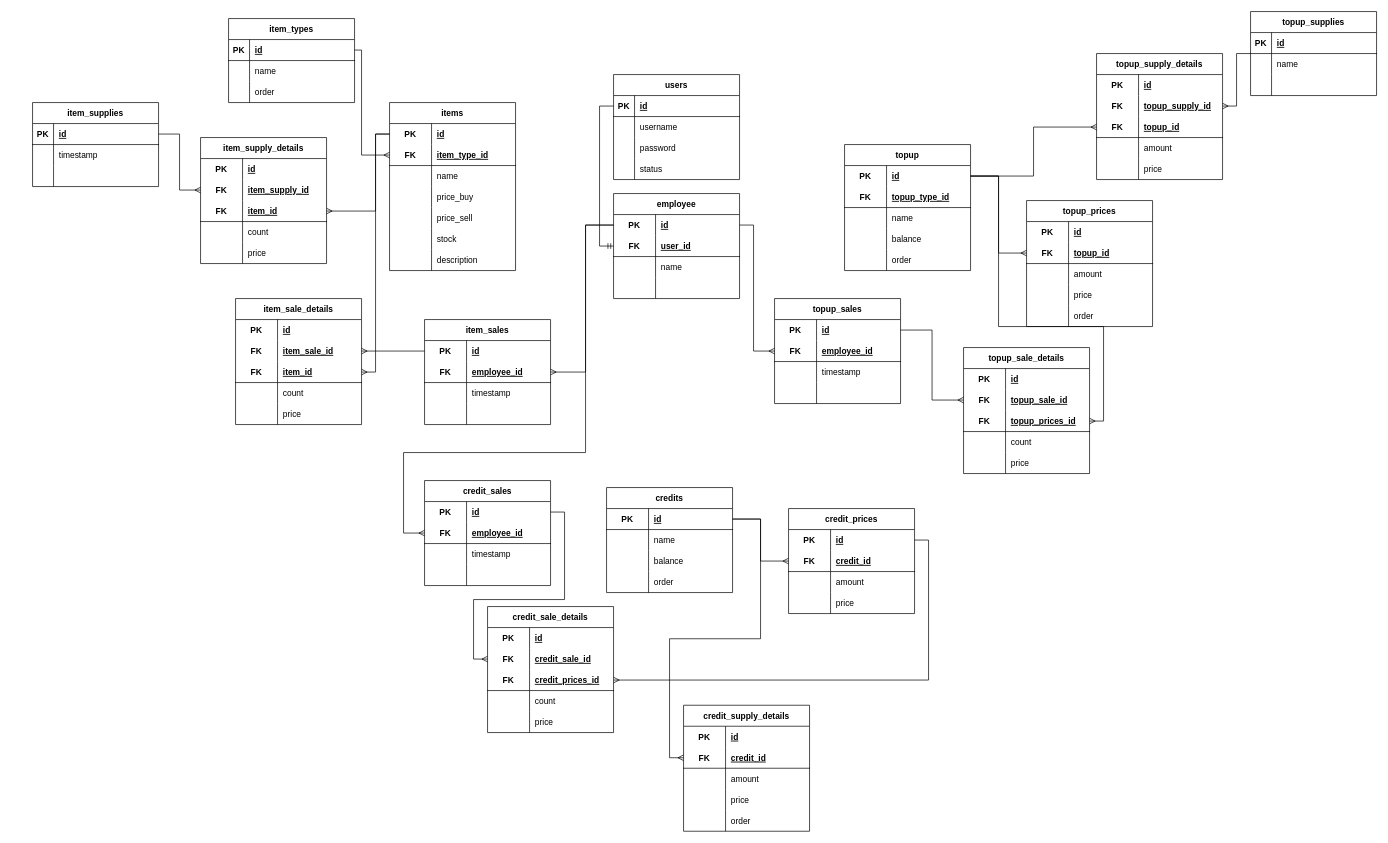
This is database/Database Schema.drawio from yafizh/cell-phone-api, a draw.io file, before an edit. Source tidied: cells renumbered, new cells numbered last; positions are measured from the earlier drawing's top-left corner, leaving out a move shared by most shapes. Both pictures are drawn from the tidied source at 70%, with x=0, y=0 at pixel (32, 11).
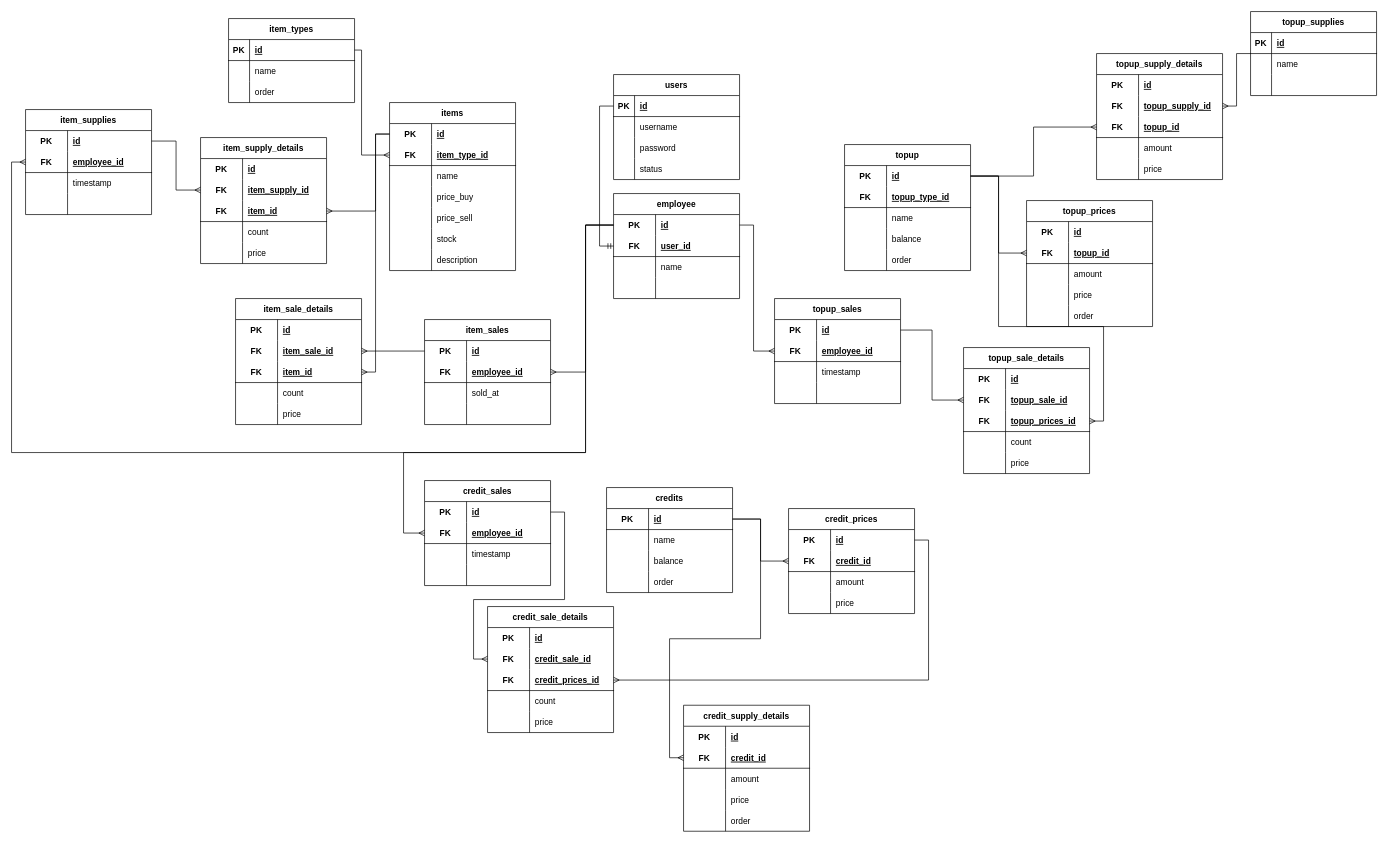
Above is the later version.

The change refers to these unchanged cells:
```xml
<mxCell id="60" style="shape=tableRow;horizontal=0;startSize=0;swimlaneHead=0;swimlaneBody=0;fillColor=none;top=0;left=0;right=0;bottom=0;" parent="53" vertex="1">
  <mxGeometry y="90" width="180" height="30" as="geometry" />
</mxCell>
<mxCell id="67" style="shape=tableRow;horizontal=0;startSize=0;swimlaneHead=0;swimlaneBody=0;fillColor=none;points=[[0,0.5],[1,0.5]];portConstraint=eastwest;top=0;left=0;right=0;bottom=0;" parent="66" vertex="1">
  <mxGeometry y="30" width="180" height="30" as="geometry" />
</mxCell>
<mxCell id="172" style="shape=tableRow;horizontal=0;startSize=0;swimlaneHead=0;swimlaneBody=0;fillColor=none;points=[[0,0.5],[1,0.5]];portConstraint=eastwest;top=0;left=0;right=0;bottom=0;" parent="168" vertex="1">
  <mxGeometry y="60" width="180" height="30" as="geometry" />
</mxCell>
```

What changed in the source:
```diff
@@
-    <mxCell id="62" value="timestamp" style="shape=partialRectangle;fillColor=none;top=0;left=0;bottom=0;right=0;align=left;spacingLeft=6;overflow=hidden;" parent="60" vertex="1">
+    <mxCell id="62" value="sold_at" style="shape=partialRectangle;fillColor=none;top=0;left=0;bottom=0;right=0;align=left;spacingLeft=6;overflow=hidden;" parent="60" vertex="1">
       <mxGeometry x="60" width="120" height="30" as="geometry" />
     </mxCell>
@@
-    <mxCell id="158" value="item_supplies" style="shape=table;startSize=30;childLayout=tableLayout;rowLines=0;fontStyle=1;align=center;" parent="1" vertex="1">
-      <mxGeometry y="130" width="180" height="120" as="geometry" />
-    </mxCell>
-    <mxCell id="159" style="shape=tableRow;horizontal=0;startSize=0;swimlaneHead=0;swimlaneBody=0;fillColor=none;points=[[0,0.5],[1,0.5]];portConstraint=eastwest;top=0;left=0;right=0;bottom=1;" parent="158" vertex="1">
-      <mxGeometry y="30" width="180" height="30" as="geometry" />
-    </mxCell>
-    <mxCell id="160" value="PK" style="shape=partialRectangle;fillColor=none;top=0;left=0;bottom=0;right=0;fontStyle=1;overflow=hidden;" parent="159" vertex="1">
-      <mxGeometry width="30" height="30" as="geometry" />
-    </mxCell>
-    <mxCell id="161" value="id" style="shape=partialRectangle;fillColor=none;top=0;left=0;bottom=0;right=0;align=left;spacingLeft=6;fontStyle=5;overflow=hidden;" parent="159" vertex="1">
-      <mxGeometry x="30" width="150" height="30" as="geometry" />
-    </mxCell>
-    <mxCell id="162" style="shape=tableRow;horizontal=0;startSize=0;swimlaneHead=0;swimlaneBody=0;fillColor=none;top=0;left=0;right=0;bottom=0;" parent="158" vertex="1">
-      <mxGeometry y="60" width="180" height="30" as="geometry" />
-    </mxCell>
-    <mxCell id="163" style="shape=partialRectangle;fillColor=none;top=0;left=0;bottom=0;right=0;overflow=hidden;" parent="162" vertex="1">
-      <mxGeometry width="30" height="30" as="geometry" />
-    </mxCell>
-    <mxCell id="164" value="timestamp" style="shape=partialRectangle;fillColor=none;top=0;left=0;bottom=0;right=0;align=left;spacingLeft=6;overflow=hidden;" parent="162" vertex="1">
-      <mxGeometry x="30" width="150" height="30" as="geometry" />
-    </mxCell>
-    <mxCell id="165" style="shape=tableRow;horizontal=0;startSize=0;swimlaneHead=0;swimlaneBody=0;fillColor=none;top=0;left=0;right=0;bottom=0;" parent="158" vertex="1">
-      <mxGeometry y="90" width="180" height="30" as="geometry" />
-    </mxCell>
-    <mxCell id="166" style="shape=partialRectangle;fillColor=none;top=0;left=0;bottom=0;right=0;overflow=hidden;" parent="165" vertex="1">
-      <mxGeometry width="30" height="30" as="geometry" />
-    </mxCell>
-    <mxCell id="167" style="shape=partialRectangle;fillColor=none;top=0;left=0;bottom=0;right=0;align=left;spacingLeft=6;overflow=hidden;" parent="165" vertex="1">
-      <mxGeometry x="30" width="150" height="30" as="geometry" />
-    </mxCell>
@@
-    <mxCell id="184" style="edgeStyle=orthogonalEdgeStyle;rounded=0;jettySize=auto;html=1;entryX=0;entryY=0.5;entryDx=0;entryDy=0;endArrow=ERmany;endFill=0;" parent="1" edge="1" source="159" target="172">
+    <mxCell id="184" style="edgeStyle=orthogonalEdgeStyle;rounded=0;jettySize=auto;html=1;entryX=0;entryY=0.5;entryDx=0;entryDy=0;endArrow=ERmany;endFill=0;exitX=1;exitY=0.5;exitDx=0;exitDy=0;" parent="1" edge="1" source="291" target="172">
       <mxGeometry relative="1" as="geometry" />
     </mxCell>
@@
+    <mxCell id="158" value="item_supplies" style="shape=table;startSize=30;childLayout=tableLayout;rowLines=0;fontStyle=1;align=center;" parent="1" vertex="1">
+      <mxGeometry x="-10" y="140" width="180" height="150" as="geometry" />
+    </mxCell>
+    <mxCell id="291" style="shape=tableRow;horizontal=0;startSize=0;swimlaneHead=0;swimlaneBody=0;fillColor=none;points=[[0,0.5],[1,0.5]];portConstraint=eastwest;top=0;left=0;right=0;bottom=0;" parent="158" vertex="1">
+      <mxGeometry y="30" width="180" height="30" as="geometry" />
+    </mxCell>
+    <mxCell id="160" value="PK" style="shape=partialRectangle;fillColor=none;top=0;left=0;bottom=0;right=0;fontStyle=1;overflow=hidden;" parent="291" vertex="1">
+      <mxGeometry width="60" height="30" as="geometry" />
+    </mxCell>
+    <mxCell id="161" value="id" style="shape=partialRectangle;fillColor=none;top=0;left=0;bottom=0;right=0;align=left;spacingLeft=6;fontStyle=5;overflow=hidden;" parent="291" vertex="1">
+      <mxGeometry x="60" width="120" height="30" as="geometry" />
+    </mxCell>
+    <mxCell id="292" style="shape=tableRow;horizontal=0;startSize=0;swimlaneHead=0;swimlaneBody=0;fillColor=none;points=[[0,0.5],[1,0.5]];portConstraint=eastwest;top=0;left=0;right=0;bottom=1;" parent="158" vertex="1">
+      <mxGeometry y="60" width="180" height="30" as="geometry" />
+    </mxCell>
+    <mxCell id="293" value="FK" style="shape=partialRectangle;fillColor=none;top=0;left=0;bottom=0;right=0;fontStyle=1;overflow=hidden;" parent="292" vertex="1">
+      <mxGeometry width="60" height="30" as="geometry" />
+    </mxCell>
+    <mxCell id="294" value="employee_id" style="shape=partialRectangle;fillColor=none;top=0;left=0;bottom=0;right=0;align=left;spacingLeft=6;fontStyle=5;overflow=hidden;" parent="292" vertex="1">
+      <mxGeometry x="60" width="120" height="30" as="geometry" />
+    </mxCell>
+    <mxCell id="165" style="shape=tableRow;horizontal=0;startSize=0;swimlaneHead=0;swimlaneBody=0;fillColor=none;top=0;left=0;right=0;bottom=0;" parent="158" vertex="1">
+      <mxGeometry y="90" width="180" height="30" as="geometry" />
+    </mxCell>
+    <mxCell id="295" style="shape=partialRectangle;fillColor=none;top=0;left=0;bottom=0;right=0;overflow=hidden;" parent="165" vertex="1">
+      <mxGeometry width="60" height="30" as="geometry" />
+    </mxCell>
+    <mxCell id="164" value="timestamp" style="shape=partialRectangle;fillColor=none;top=0;left=0;bottom=0;right=0;align=left;spacingLeft=6;overflow=hidden;" parent="165" vertex="1">
+      <mxGeometry x="60" width="120" height="30" as="geometry" />
+    </mxCell>
+    <mxCell id="296" style="shape=tableRow;horizontal=0;startSize=0;swimlaneHead=0;swimlaneBody=0;fillColor=none;top=0;left=0;right=0;bottom=0;" parent="158" vertex="1">
+      <mxGeometry y="120" width="180" height="30" as="geometry" />
+    </mxCell>
+    <mxCell id="297" style="shape=partialRectangle;fillColor=none;top=0;left=0;bottom=0;right=0;overflow=hidden;" parent="296" vertex="1">
+      <mxGeometry width="60" height="30" as="geometry" />
+    </mxCell>
+    <mxCell id="298" style="shape=partialRectangle;fillColor=none;top=0;left=0;bottom=0;right=0;align=left;spacingLeft=6;overflow=hidden;" parent="296" vertex="1">
+      <mxGeometry x="60" width="120" height="30" as="geometry" />
+    </mxCell>
+    <mxCell id="299" style="edgeStyle=orthogonalEdgeStyle;rounded=0;jettySize=auto;html=1;entryX=0;entryY=0.5;entryDx=0;entryDy=0;endArrow=ERmany;endFill=0;" parent="1" edge="1" source="67" target="292">
+      <mxGeometry relative="1" as="geometry">
+        <Array as="points">
+          <mxPoint x="790" y="305" />
+          <mxPoint x="790" y="630" />
+          <mxPoint x="-30" y="630" />
+          <mxPoint x="-30" y="215" />
+        </Array>
+      </mxGeometry>
+    </mxCell>
```
